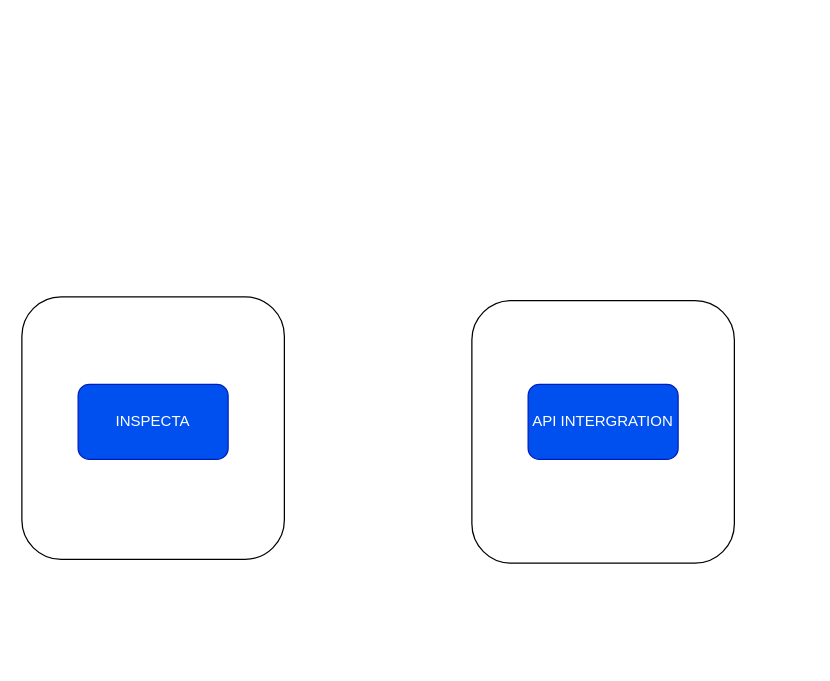
This is Inspecta Diagram.drawio from dabiko/draw-io, a draw.io file, before an edit. Source tidied: cells renumbered, new cells numbered last; positions are measured from the earlier drawing's top-left corner, leaving out a move shared by most shapes. Both pictures are drawn from the tidied source at 125%, with x=0, y=0 at pixel (21, 296).
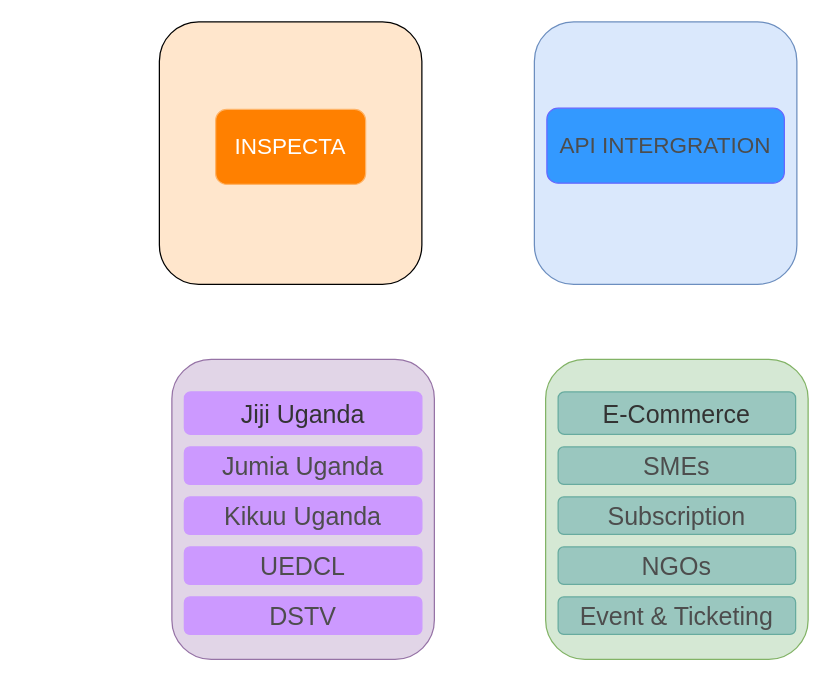
After the change.

The edit, as a diff of the source:
```diff
@@
+    <mxCell id="6" style="group;" parent="1" vertex="1">
+      <mxGeometry x="110" y="-220" width="210" height="210" as="geometry" />
+    </mxCell>
-    <mxCell id="2" style="rounded=1;whiteSpace=wrap;html=1;" parent="1" vertex="1">
+    <mxCell id="2" style="rounded=1;whiteSpace=wrap;html=1;fillColor=#FFE6CC;" parent="6" vertex="1">
       <mxGeometry width="210" height="210" as="geometry" />
     </mxCell>
-    <mxCell id="3" value="INSPECTA" style="rounded=1;whiteSpace=wrap;html=1;fillColor=#0050ef;fontColor=#ffffff;strokeColor=#001DBC;" parent="1" vertex="1">
+    <mxCell id="3" value="&lt;font style=&quot;font-size: 18px;&quot;&gt;INSPECTA&lt;/font&gt;" style="rounded=1;whiteSpace=wrap;html=1;fillColor=#FF8000;fontColor=#ffffff;strokeColor=#FFB366;" parent="6" vertex="1">
       <mxGeometry x="45" y="70" width="120" height="60" as="geometry" />
     </mxCell>
+    <mxCell id="7" style="group;" parent="1" vertex="1">
+      <mxGeometry x="410" y="-220" width="210" height="210" as="geometry" />
+    </mxCell>
-    <mxCell id="4" style="rounded=1;whiteSpace=wrap;html=1;" parent="1" vertex="1">
-      <mxGeometry x="360" y="3" width="210" height="210" as="geometry" />
+    <mxCell id="4" style="rounded=1;whiteSpace=wrap;html=1;fillColor=#dae8fc;strokeColor=#6c8ebf;" parent="7" vertex="1">
+      <mxGeometry width="210" height="210" as="geometry" />
     </mxCell>
-    <mxCell id="5" value="API INTERGRATION" style="rounded=1;whiteSpace=wrap;html=1;fillColor=#0050ef;fontColor=#ffffff;strokeColor=#001DBC;" parent="1" vertex="1">
-      <mxGeometry x="405" y="70" width="120" height="60" as="geometry" />
+    <mxCell id="5" value="&lt;font color=&quot;#4d4d4d&quot; style=&quot;font-size: 18px;&quot;&gt;API INTERGRATION&lt;/font&gt;" style="rounded=1;whiteSpace=wrap;html=1;fillColor=#3399FF;fontColor=#ffffff;strokeColor=#6666FF;" parent="7" vertex="1">
+      <mxGeometry x="10" y="69" width="190" height="60" as="geometry" />
     </mxCell>
+    <mxCell id="8" style="group;" parent="1" vertex="1">
+      <mxGeometry x="419" y="50" width="210" height="240" as="geometry" />
+    </mxCell>
+    <mxCell id="9" style="rounded=1;whiteSpace=wrap;html=1;fillColor=#d5e8d4;strokeColor=#82b366;" parent="8" vertex="1">
+      <mxGeometry width="210" height="240" as="geometry" />
+    </mxCell>
+    <mxCell id="10" value="&lt;font color=&quot;#333333&quot; style=&quot;font-size: 20px;&quot;&gt;E-Commerce&lt;/font&gt;" style="rounded=1;whiteSpace=wrap;html=1;fillColor=#9AC7BF;fontColor=#ffffff;strokeColor=#67AB9F;" parent="8" vertex="1">
+      <mxGeometry x="10" y="26" width="190" height="34" as="geometry" />
+    </mxCell>
+    <mxCell id="11" value="&lt;font color=&quot;#4d4d4d&quot; style=&quot;font-size: 20px;&quot;&gt;SMEs&lt;/font&gt;" style="rounded=1;whiteSpace=wrap;html=1;fillColor=#9AC7BF;fontColor=#ffffff;strokeColor=#67AB9F;" parent="8" vertex="1">
+      <mxGeometry x="10" y="70" width="190" height="30" as="geometry" />
+    </mxCell>
+    <mxCell id="12" value="&lt;font color=&quot;#4d4d4d&quot; style=&quot;font-size: 20px;&quot;&gt;Subscription&lt;/font&gt;" style="rounded=1;whiteSpace=wrap;html=1;fillColor=#9AC7BF;fontColor=#ffffff;strokeColor=#67AB9F;" parent="8" vertex="1">
+      <mxGeometry x="10" y="110" width="190" height="30" as="geometry" />
+    </mxCell>
+    <mxCell id="13" value="&lt;font color=&quot;#4d4d4d&quot; style=&quot;font-size: 20px;&quot;&gt;NGOs&lt;/font&gt;" style="rounded=1;whiteSpace=wrap;html=1;fillColor=#9AC7BF;fontColor=#ffffff;strokeColor=#67AB9F;" parent="8" vertex="1">
+      <mxGeometry x="10" y="150" width="190" height="30" as="geometry" />
+    </mxCell>
+    <mxCell id="14" value="&lt;font color=&quot;#4d4d4d&quot; style=&quot;font-size: 20px;&quot;&gt;Event &amp;amp; Ticketing&lt;/font&gt;" style="rounded=1;whiteSpace=wrap;html=1;fillColor=#9AC7BF;fontColor=#ffffff;strokeColor=#67AB9F;" parent="8" vertex="1">
+      <mxGeometry x="10" y="190" width="190" height="30" as="geometry" />
+    </mxCell>
+    <mxCell id="15" style="group;" parent="1" vertex="1">
+      <mxGeometry x="120" y="50" width="210" height="240" as="geometry" />
+    </mxCell>
+    <mxCell id="16" style="rounded=1;whiteSpace=wrap;html=1;fillColor=#e1d5e7;strokeColor=#9673a6;" parent="15" vertex="1">
+      <mxGeometry width="210" height="240" as="geometry" />
+    </mxCell>
+    <mxCell id="17" value="&lt;font color=&quot;#333333&quot; style=&quot;font-size: 20px;&quot;&gt;Jiji Uganda&lt;/font&gt;" style="rounded=1;whiteSpace=wrap;html=1;fillColor=#CC99FF;fontColor=#ffffff;strokeColor=#CC99FF;" parent="15" vertex="1">
+      <mxGeometry x="10" y="26" width="190" height="34" as="geometry" />
+    </mxCell>
+    <mxCell id="18" value="&lt;font color=&quot;#4d4d4d&quot; style=&quot;font-size: 20px;&quot;&gt;Jumia Uganda&lt;/font&gt;" style="rounded=1;whiteSpace=wrap;html=1;fillColor=#CC99FF;fontColor=#ffffff;strokeColor=#CC99FF;" parent="15" vertex="1">
+      <mxGeometry x="10" y="70" width="190" height="30" as="geometry" />
+    </mxCell>
+    <mxCell id="19" value="&lt;font color=&quot;#4d4d4d&quot; style=&quot;font-size: 20px;&quot;&gt;Kikuu Uganda&lt;/font&gt;" style="rounded=1;whiteSpace=wrap;html=1;fillColor=#CC99FF;fontColor=#ffffff;strokeColor=#CC99FF;" parent="15" vertex="1">
+      <mxGeometry x="10" y="110" width="190" height="30" as="geometry" />
+    </mxCell>
+    <mxCell id="20" value="&lt;font color=&quot;#4d4d4d&quot; style=&quot;font-size: 20px;&quot;&gt;UEDCL&lt;/font&gt;" style="rounded=1;whiteSpace=wrap;html=1;fillColor=#CC99FF;fontColor=#ffffff;strokeColor=#CC99FF;" parent="15" vertex="1">
+      <mxGeometry x="10" y="150" width="190" height="30" as="geometry" />
+    </mxCell>
+    <mxCell id="21" value="&lt;font color=&quot;#4d4d4d&quot; style=&quot;font-size: 20px;&quot;&gt;DSTV&lt;/font&gt;" style="rounded=1;whiteSpace=wrap;html=1;fillColor=#CC99FF;fontColor=#ffffff;strokeColor=#CC99FF;" parent="15" vertex="1">
+      <mxGeometry x="10" y="190" width="190" height="30" as="geometry" />
+    </mxCell>
```
